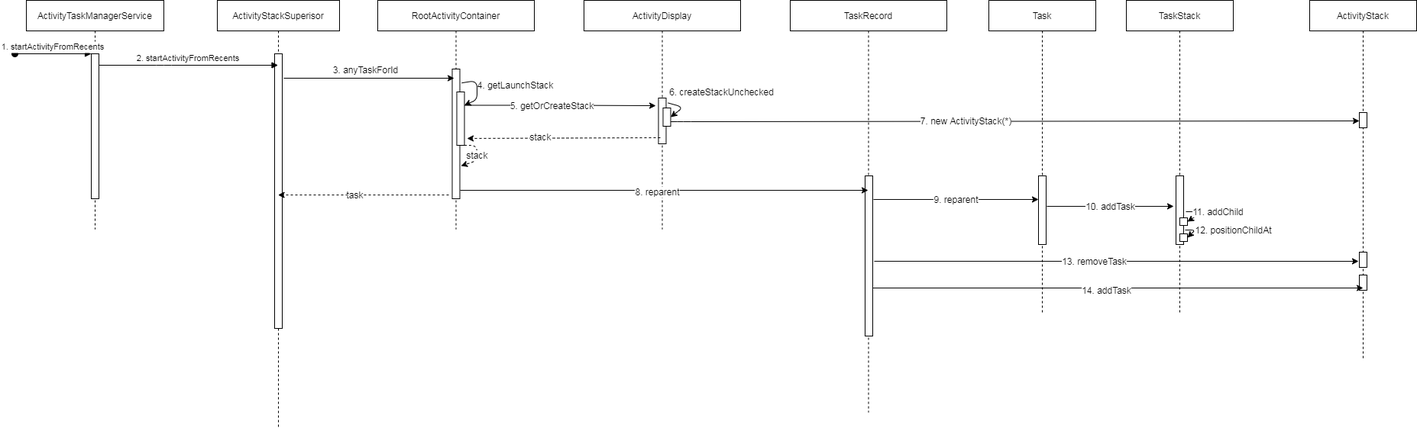
Earlier version of the draw.io export diagrams/SplitScreen.png (DrMoring/drawing). Source tidied: cells renumbered, new cells last; positions are measured from the earlier drawing's top-left corner, leaving out a move shared by most shapes.
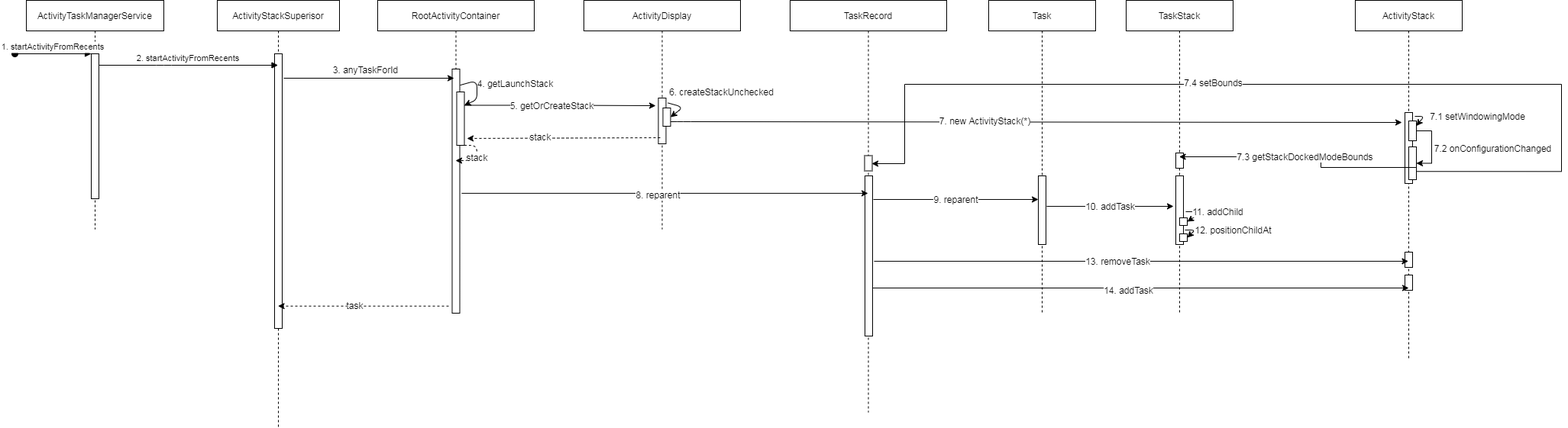
After the change.

Change to the diagram source:
```diff
@@ -27,15 +27,15 @@
       </mxGeometry>
     </mxCell>
     <mxCell id="8" value="RootActivityContainer" style="shape=umlLifeline;perimeter=lifelinePerimeter;rounded=0;shadow=0;strokeWidth=1;" parent="1" vertex="1">
-      <mxGeometry x="475" width="205" height="300" as="geometry" />
+      <mxGeometry x="475" width="205" height="410" as="geometry" />
     </mxCell>
     <mxCell id="9" style="points=[];perimeter=orthogonalPerimeter;rounded=0;shadow=0;strokeWidth=1;" parent="8" vertex="1">
-      <mxGeometry x="97.5" y="90" width="10" height="170" as="geometry" />
+      <mxGeometry x="97.5" y="90" width="10" height="320" as="geometry" />
     </mxCell>
     <mxCell id="10" style="rounded=0;whiteSpace=wrap;html=1;" parent="8" vertex="1">
       <mxGeometry x="103.5" y="120" width="10" height="70" as="geometry" />
     </mxCell>
-    <mxCell id="11" value="4. getLaunchStack" style="endArrow=classic;html=1;exitX=1.25;exitY=0.107;exitDx=0;exitDy=0;exitPerimeter=0;entryX=1;entryY=0.25;entryDx=0;entryDy=0;" parent="8" edge="1" source="9" target="10">
+    <mxCell id="11" value="4. getLaunchStack" style="endArrow=classic;html=1;exitX=1.05;exitY=0.066;exitDx=0;exitDy=0;exitPerimeter=0;entryX=1;entryY=0.25;entryDx=0;entryDy=0;" parent="8" edge="1" source="9" target="10">
       <mxGeometry x="-0.19" y="50" relative="1" as="geometry">
         <Array as="points">
           <mxPoint x="130" y="105" />
@@ -43,7 +43,7 @@
         </Array>
       </mxGeometry>
     </mxCell>
-    <mxCell id="12" value="stack" style="endArrow=classic;html=1;dashed=1;exitX=1;exitY=1;exitDx=0;exitDy=0;entryX=1.15;entryY=0.747;entryDx=0;entryDy=0;entryPerimeter=0;" parent="8" edge="1" source="10" target="9">
+    <mxCell id="12" value="stack" style="endArrow=classic;html=1;dashed=1;exitX=1;exitY=1;exitDx=0;exitDy=0;" parent="8" edge="1" source="10" target="8">
       <mxGeometry relative="1" as="geometry">
         <Array as="points">
           <mxPoint x="130" y="190" />
@@ -101,7 +101,10 @@
     <mxCell id="24" style="points=[];perimeter=orthogonalPerimeter;rounded=0;shadow=0;strokeWidth=1;" parent="23" vertex="1">
       <mxGeometry x="98" y="230" width="10" height="210" as="geometry" />
     </mxCell>
+    <mxCell id="48" style="points=[];perimeter=orthogonalPerimeter;rounded=0;shadow=0;strokeWidth=1;" parent="23" vertex="1">
+      <mxGeometry x="97.5" y="203.5" width="10" height="20" as="geometry" />
+    </mxCell>
-    <mxCell id="25" style="endArrow=classic;html=1;exitX=1.05;exitY=0.935;exitDx=0;exitDy=0;exitPerimeter=0;" parent="1" edge="1" source="9" target="23">
+    <mxCell id="25" style="endArrow=classic;html=1;exitX=1.25;exitY=0.509;exitDx=0;exitDy=0;exitPerimeter=0;" parent="1" edge="1" source="9" target="23">
       <mxGeometry relative="1" as="geometry" />
     </mxCell>
     <mxCell id="26" value="8. reparent" style="edgeLabel;html=1;align=center;verticalAlign=middle;" parent="25" vertex="1">
@@ -124,6 +127,9 @@
     <mxCell id="31" style="points=[];perimeter=orthogonalPerimeter;rounded=0;shadow=0;strokeWidth=1;" parent="30" vertex="1">
       <mxGeometry x="65" y="230" width="10" height="90" as="geometry" />
     </mxCell>
+    <mxCell id="49" style="perimeter=orthogonalPerimeter;rounded=0;shadow=0;strokeWidth=1;" parent="30" vertex="1">
+      <mxGeometry x="65" y="200" width="10" height="20" as="geometry" />
+    </mxCell>
     <mxCell id="32" value="10. addTask" style="endArrow=classic;html=1;exitX=1.1;exitY=0.444;exitDx=0;exitDy=0;exitPerimeter=0;entryX=-0.3;entryY=0.444;entryDx=0;entryDy=0;entryPerimeter=0;" parent="1" edge="1" source="28" target="31">
       <mxGeometry relative="1" as="geometry" />
     </mxCell>
@@ -150,7 +156,7 @@
       </mxGeometry>
     </mxCell>
     <mxCell id="37" value="ActivityStack" style="shape=umlLifeline;perimeter=lifelinePerimeter;rounded=0;shadow=0;strokeWidth=1;" parent="1" vertex="1">
-      <mxGeometry x="1695" width="140" height="470" as="geometry" />
+      <mxGeometry x="1755" width="140" height="470" as="geometry" />
     </mxCell>
     <mxCell id="38" style="perimeter=orthogonalPerimeter;rounded=0;shadow=0;strokeWidth=1;" parent="37" vertex="1">
       <mxGeometry x="65" y="330" width="10" height="20" as="geometry" />
@@ -159,12 +165,27 @@
       <mxGeometry x="65" y="360" width="10" height="20" as="geometry" />
     </mxCell>
     <mxCell id="40" style="points=[];perimeter=orthogonalPerimeter;rounded=0;shadow=0;strokeWidth=1;" parent="37" vertex="1">
-      <mxGeometry x="65" y="147" width="10" height="20" as="geometry" />
+      <mxGeometry x="65" y="147" width="10" height="93" as="geometry" />
     </mxCell>
+    <mxCell id="50" style="rounded=0;whiteSpace=wrap;html=1;" parent="37" vertex="1">
+      <mxGeometry x="70" y="192" width="10" height="43" as="geometry" />
+    </mxCell>
+    <mxCell id="51" value="7.2&amp;nbsp;onConfigurationChanged" style="edgeStyle=orthogonalEdgeStyle;rounded=0;jettySize=auto;html=1;exitX=1;exitY=0.5;exitDx=0;exitDy=0;entryX=1;entryY=0.5;entryDx=0;entryDy=0;" parent="37" edge="1" source="52" target="50">
+      <mxGeometry x="0.04" y="80" relative="1" as="geometry" />
+    </mxCell>
+    <mxCell id="52" style="rounded=0;whiteSpace=wrap;html=1;" parent="37" vertex="1">
+      <mxGeometry x="70" y="158" width="10" height="26" as="geometry" />
+    </mxCell>
+    <mxCell id="53" value="7.1&amp;nbsp;setWindowingMode" style="endArrow=classic;html=1;exitX=1.3;exitY=0.054;exitDx=0;exitDy=0;exitPerimeter=0;entryX=1;entryY=0.25;entryDx=0;entryDy=0;" parent="37" edge="1" source="40" target="52">
+      <mxGeometry x="-0.14" y="70" relative="1" as="geometry">
+        <Array as="points">
+          <mxPoint x="90" y="152" />
+        </Array>
+        <mxPoint x="15" y="-44" as="offset" />
+      </mxGeometry>
+    </mxCell>
-    <mxCell id="41" style="endArrow=classic;html=1;exitX=1.2;exitY=0.533;exitDx=0;exitDy=0;exitPerimeter=0;" parent="1" edge="1" source="24">
-      <mxGeometry relative="1" as="geometry">
-        <mxPoint x="1759" y="342" as="targetPoint" />
-      </mxGeometry>
+    <mxCell id="41" style="endArrow=classic;html=1;exitX=1.2;exitY=0.533;exitDx=0;exitDy=0;exitPerimeter=0;" parent="1" edge="1" source="24" target="37">
+      <mxGeometry relative="1" as="geometry" />
     </mxCell>
     <mxCell id="42" value="13. removeTask" style="edgeLabel;html=1;align=center;verticalAlign=middle;" parent="41" vertex="1">
       <mxGeometry x="-0.09" relative="1" as="geometry" />
@@ -181,12 +202,34 @@
     <mxCell id="46" value="task" style="edgeLabel;html=1;align=center;verticalAlign=middle;" parent="45" vertex="1">
       <mxGeometry x="0.11" y="-1" relative="1" as="geometry" />
     </mxCell>
-    <mxCell id="47" value="7. new ActivityStack(*)" style="endArrow=classic;html=1;exitX=1;exitY=0.75;exitDx=0;exitDy=0;entryX=0;entryY=0.55;entryDx=0;entryDy=0;entryPerimeter=0;" parent="1" edge="1" source="17" target="40">
+    <mxCell id="47" value="7. new ActivityStack(*)" style="endArrow=classic;html=1;exitX=1;exitY=0.75;exitDx=0;exitDy=0;" parent="1" edge="1" source="17">
       <mxGeometry x="-0.14" y="1" relative="1" as="geometry">
+        <mxPoint x="1816" y="160" as="targetPoint" />
         <Array as="points">
           <mxPoint x="875" y="159" />
         </Array>
       </mxGeometry>
     </mxCell>
+    <mxCell id="54" value="7.3&amp;nbsp;getStackDockedModeBounds" style="edgeStyle=orthogonalEdgeStyle;rounded=0;jettySize=auto;html=1;exitX=1;exitY=0.75;exitDx=0;exitDy=0;" parent="1" edge="1" source="50" target="30">
+      <mxGeometry relative="1" as="geometry">
+        <Array as="points">
+          <mxPoint x="1710" y="219" />
+          <mxPoint x="1710" y="205" />
+        </Array>
+      </mxGeometry>
+    </mxCell>
+    <mxCell id="55" style="edgeStyle=orthogonalEdgeStyle;rounded=0;jettySize=auto;html=1;exitX=1;exitY=0.75;exitDx=0;exitDy=0;entryX=0.95;entryY=0.525;entryDx=0;entryDy=0;entryPerimeter=0;" parent="1" edge="1" source="50" target="48">
+      <mxGeometry relative="1" as="geometry">
+        <Array as="points">
+          <mxPoint x="2025" y="224" />
+          <mxPoint x="2025" y="110" />
+          <mxPoint x="1165" y="110" />
+          <mxPoint x="1165" y="214" />
+        </Array>
+      </mxGeometry>
+    </mxCell>
+    <mxCell id="56" value="7.4 setBounds" style="edgeLabel;html=1;align=center;verticalAlign=middle;" parent="55" vertex="1">
+      <mxGeometry x="0.16" y="-3" relative="1" as="geometry" />
+    </mxCell>
   </root>
 </mxGraphModel>
```
